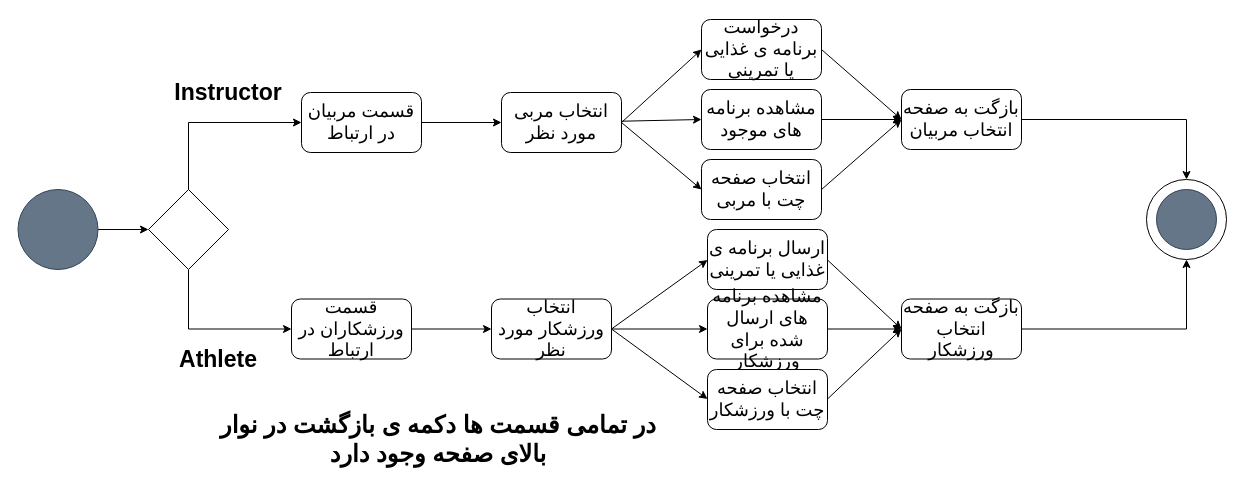
mmohajer9/sama-online-coaching-system keeps this draw.io diagram as Activity Diagram/Request for Program Activity Diagram.drawio. Above is the earlier version. Source tidied: cells renumbered, new cells numbered last; positions are measured from the earlier drawing's top-left corner, leaving out a move shared by most shapes. Both pictures are drawn from the tidied source at 100%, with x=0, y=0 at pixel (18, 19).
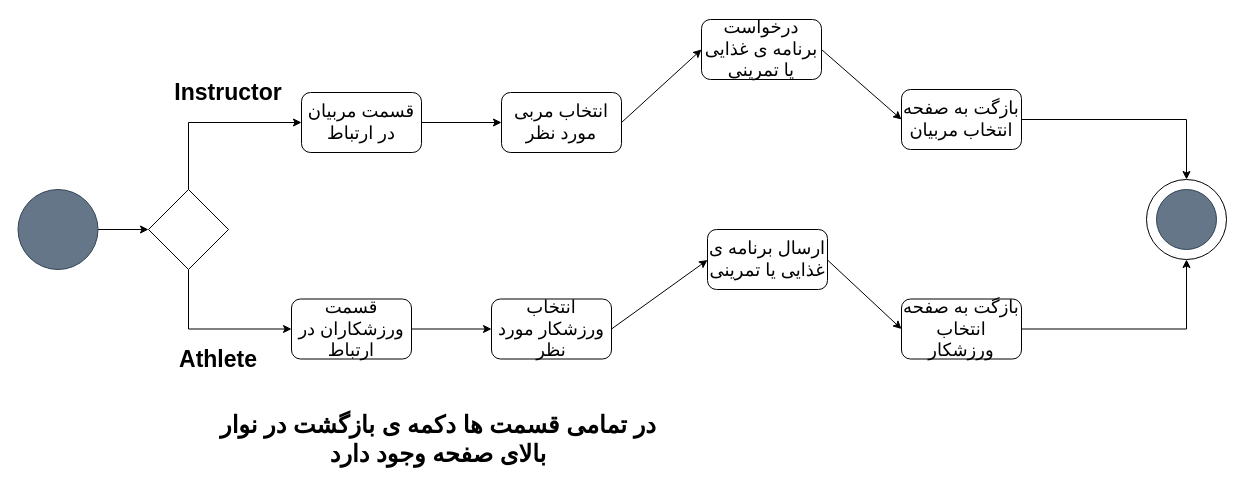
Above is the later version.

The change refers to these unchanged cells:
```xml
<mxCell id="3" value="&lt;font style=&quot;font-size: 18px&quot;&gt;انتخاب مربی مورد نظر&lt;/font&gt;" style="rounded=1;whiteSpace=wrap;html=1;" parent="1" vertex="1">
  <mxGeometry x="483" y="73" width="120" height="60" as="geometry" />
</mxCell>
<mxCell id="11" value="&lt;font style=&quot;font-size: 18px&quot;&gt;بازگت به صفحه انتخاب مربیان&lt;/font&gt;" style="rounded=1;whiteSpace=wrap;html=1;" parent="1" vertex="1">
  <mxGeometry x="883" y="70" width="120" height="60" as="geometry" />
</mxCell>
<mxCell id="17" value="&lt;font style=&quot;font-size: 18px&quot;&gt;انتخاب ورزشکار مورد نظر&lt;/font&gt;" style="rounded=1;whiteSpace=wrap;html=1;" parent="1" vertex="1">
  <mxGeometry x="473" y="279.5" width="120" height="60" as="geometry" />
</mxCell>
```

Diff of the diagram source:
```diff
@@
-    <mxCell id="5" value="&lt;font style=&quot;font-size: 18px&quot;&gt;مشاهده برنامه های موجود&lt;/font&gt;" style="rounded=1;whiteSpace=wrap;html=1;" parent="1" vertex="1">
-      <mxGeometry x="683" y="70" width="120" height="60" as="geometry" />
-    </mxCell>
-    <mxCell id="6" value="&lt;font style=&quot;font-size: 18px&quot;&gt;انتخاب صفحه چت با مربی&lt;/font&gt;" style="rounded=1;whiteSpace=wrap;html=1;" parent="1" vertex="1">
-      <mxGeometry x="683" y="140" width="120" height="60" as="geometry" />
-    </mxCell>
@@
-    <mxCell id="8" style="endArrow=classic;html=1;entryX=0;entryY=0.5;entryDx=0;entryDy=0;" parent="1" edge="1" source="3" target="5">
-      <mxGeometry relative="1" as="geometry" />
-    </mxCell>
-    <mxCell id="9" style="endArrow=classic;html=1;exitX=1;exitY=0.5;exitDx=0;exitDy=0;entryX=0;entryY=0.5;entryDx=0;entryDy=0;" parent="1" edge="1" source="3" target="6">
-      <mxGeometry relative="1" as="geometry" />
-    </mxCell>
@@
-    <mxCell id="12" style="endArrow=classic;html=1;entryX=0;entryY=0.5;entryDx=0;entryDy=0;" parent="1" edge="1" target="11">
-      <mxGeometry relative="1" as="geometry">
-        <mxPoint x="803" y="100" as="sourcePoint" />
-      </mxGeometry>
-    </mxCell>
-    <mxCell id="13" style="endArrow=classic;html=1;exitX=1;exitY=0.5;exitDx=0;exitDy=0;entryX=0;entryY=0.5;entryDx=0;entryDy=0;" parent="1" edge="1" source="6" target="11">
-      <mxGeometry relative="1" as="geometry" />
-    </mxCell>
@@
-    <mxCell id="19" value="&lt;font style=&quot;font-size: 18px&quot;&gt;مشاهده برنامه های ارسال شده برای ورزشکار&lt;/font&gt;" style="rounded=1;whiteSpace=wrap;html=1;" parent="1" vertex="1">
-      <mxGeometry x="689" y="279.5" width="120" height="60" as="geometry" />
-    </mxCell>
-    <mxCell id="20" value="&lt;font style=&quot;font-size: 18px&quot;&gt;انتخاب صفحه چت با ورزشکار&lt;/font&gt;" style="rounded=1;whiteSpace=wrap;html=1;" parent="1" vertex="1">
-      <mxGeometry x="689" y="350" width="120" height="60" as="geometry" />
-    </mxCell>
@@
-    <mxCell id="22" style="endArrow=classic;html=1;entryX=0;entryY=0.5;entryDx=0;entryDy=0;" parent="1" edge="1" source="17" target="19">
-      <mxGeometry relative="1" as="geometry" />
-    </mxCell>
-    <mxCell id="23" style="endArrow=classic;html=1;exitX=1;exitY=0.5;exitDx=0;exitDy=0;entryX=0;entryY=0.5;entryDx=0;entryDy=0;" parent="1" edge="1" source="17">
-      <mxGeometry relative="1" as="geometry">
-        <mxPoint x="689" y="379.5" as="targetPoint" />
-      </mxGeometry>
-    </mxCell>
@@
-    <mxCell id="26" style="endArrow=classic;html=1;entryX=0;entryY=0.5;entryDx=0;entryDy=0;exitX=1;exitY=0.5;exitDx=0;exitDy=0;" parent="1" edge="1" source="19">
-      <mxGeometry relative="1" as="geometry">
-        <mxPoint x="883" y="309.5" as="targetPoint" />
-      </mxGeometry>
-    </mxCell>
-    <mxCell id="27" style="endArrow=classic;html=1;exitX=1;exitY=0.5;exitDx=0;exitDy=0;entryX=0;entryY=0.5;entryDx=0;entryDy=0;" parent="1" edge="1">
-      <mxGeometry relative="1" as="geometry">
-        <mxPoint x="809" y="379.5" as="sourcePoint" />
-        <mxPoint x="883" y="309.5" as="targetPoint" />
-      </mxGeometry>
-    </mxCell>
```
